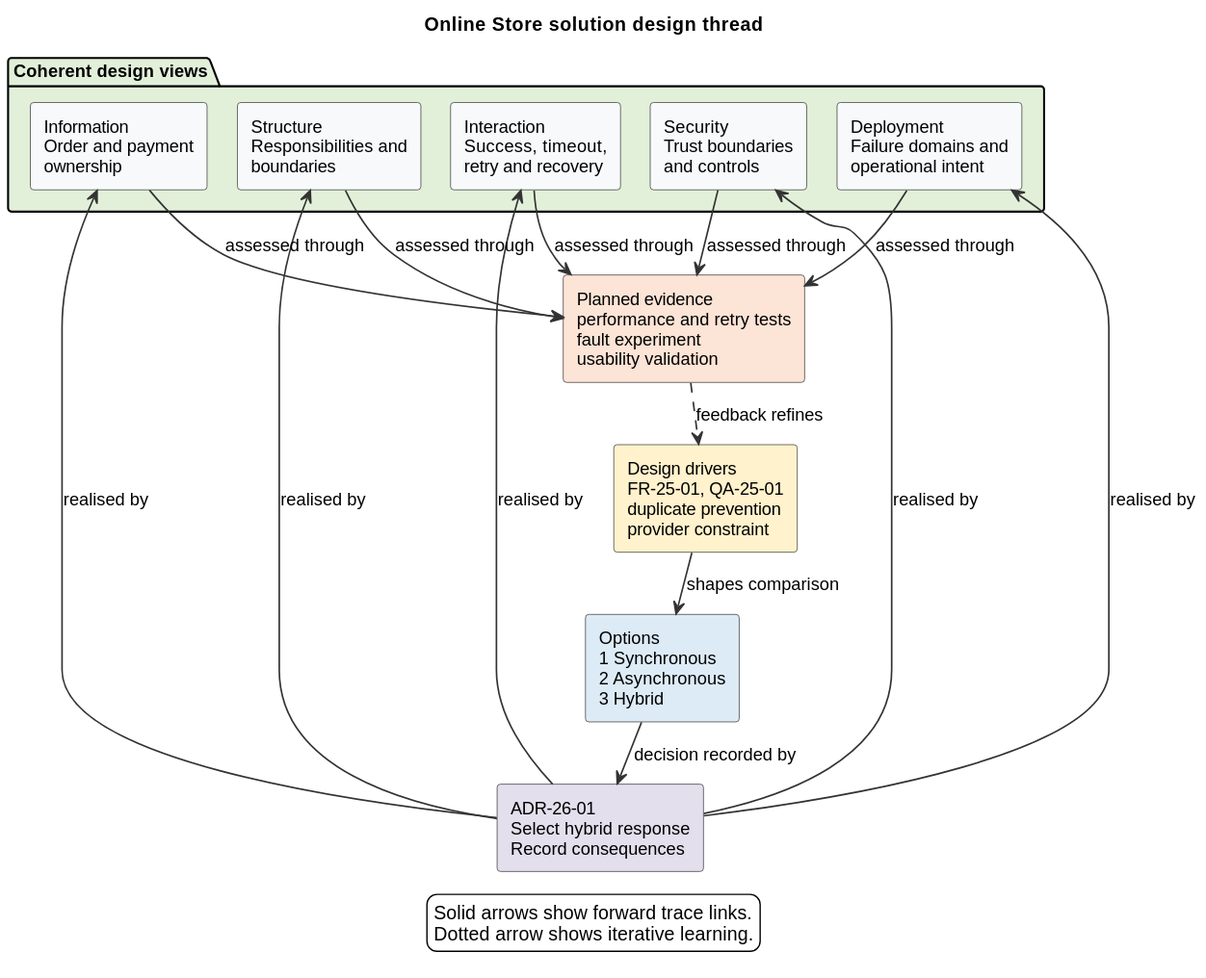
Earlier version of the PlantUML export diagrams/exported/svg/FIG-26-01-online-store-solution-design-thread.svg (nishikanttiwari01/Architecture_Modelling).
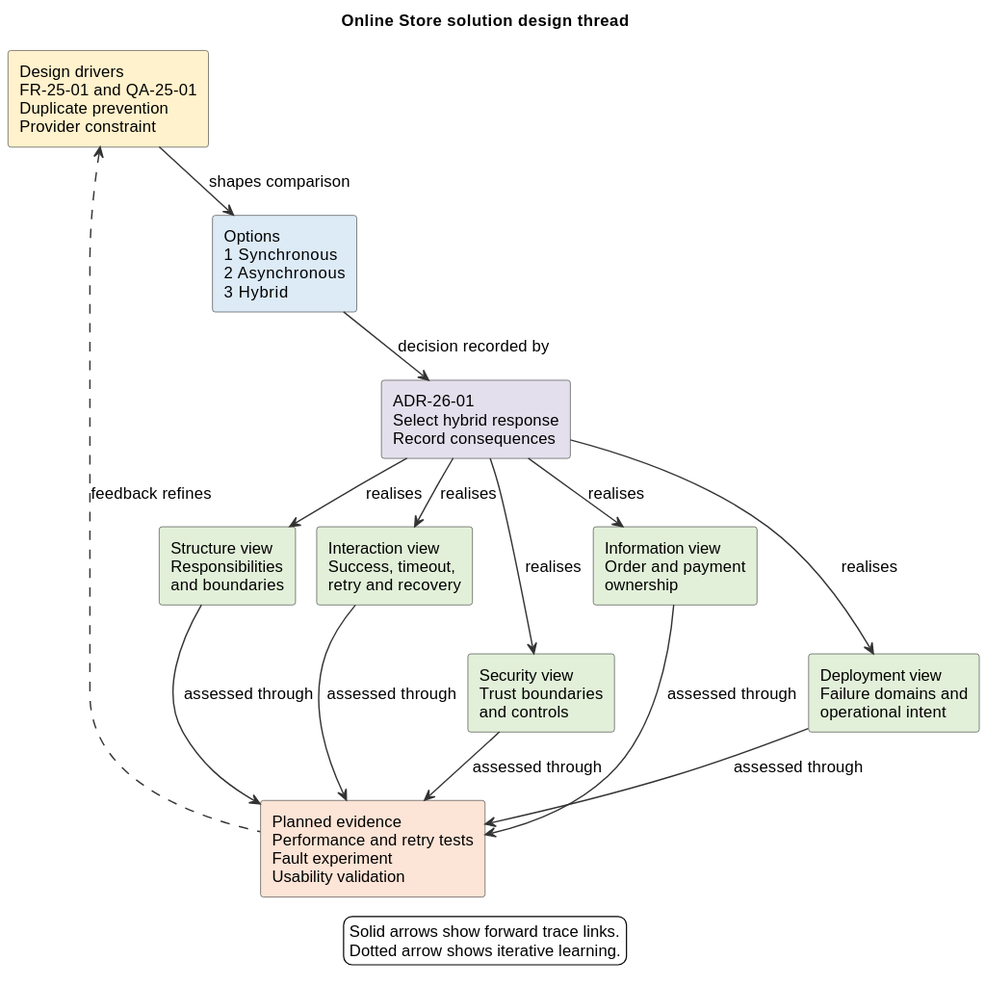
The same file after the commit.

Commit message:
Regenerate Chapter 26 diagram from specification

The edit, as a diff of the source:
```diff
@@ -2,37 +2,46 @@
 !include ../../styles/plantuml-theme.puml
 title Online Store solution design thread
 top to bottom direction
-skinparam nodesep 22
-skinparam ranksep 30
-skinparam defaultFontSize 13
+scale 730 width
+skinparam nodesep 18
+skinparam ranksep 42
+skinparam defaultFontSize 14
 
-rectangle "Design drivers\nFR-25-01, QA-25-01\nduplicate prevention\nprovider constraint" as D #FFF2CC
-rectangle "Options\n1 Synchronous\n2 Asynchronous\n3 Hybrid" as O #DDEBF7
+rectangle "Design drivers\nFR-25-01 and QA-25-01\nDuplicate prevention\nProvider constraint" as D #FFF2CC
+rectangle "Options\n1  Synchronous\n2  Asynchronous\n3  Hybrid" as O #DDEBF7
 rectangle "ADR-26-01\nSelect hybrid response\nRecord consequences" as A #E4DFEC
 
-package "Coherent design views" #E2F0D9 {
- rectangle "Structure\nResponsibilities and\nboundaries" as S
- rectangle "Interaction\nSuccess, timeout,\nretry and recovery" as I
- rectangle "Information\nOrder and payment\nownership" as N
- rectangle "Security\nTrust boundaries\nand controls" as C
- rectangle "Deployment\nFailure domains and\noperational intent" as P
-}
+rectangle "Structure view\nResponsibilities\nand boundaries" as S #E2F0D9
+rectangle "Interaction view\nSuccess, timeout,\nretry and recovery" as I #E2F0D9
+rectangle "Information view\nOrder and payment\nownership" as N #E2F0D9
 
-rectangle "Planned evidence\nperformance and retry tests\nfault experiment\nusability validation" as E #FCE4D6
+rectangle "Security view\nTrust boundaries\nand controls" as C #E2F0D9
+rectangle "Deployment view\nFailure domains and\noperational intent" as P #E2F0D9
 
-D --> O : shapes comparison
-O --> A : decision recorded by
-A --> S : realised by
-A --> I : realised by
-A --> N : realised by
-A --> C : realised by
-A --> P : realised by
+rectangle "Planned evidence\nPerformance and retry tests\nFault experiment\nUsability validation" as E #FCE4D6
+
+D -down-> O : shapes comparison
+O -down-> A : decision recorded by
+
+A --> S : realises
+A --> I : realises
+A --> N : realises
+S -[hidden]right-> I
+I -[hidden]right-> N
+
+S -[hidden]down-> C
+N -[hidden]down-> P
+C -[hidden]right-> P
+A --> C : realises
+A --> P : realises
+
 S --> E : assessed through
 I --> E : assessed through
 N --> E : assessed through
 C --> E : assessed through
 P --> E : assessed through
-E ..> D : feedback refines
+
+E .up.> D : feedback refines
 
 legend bottom
 Solid arrows show forward trace links.
```
